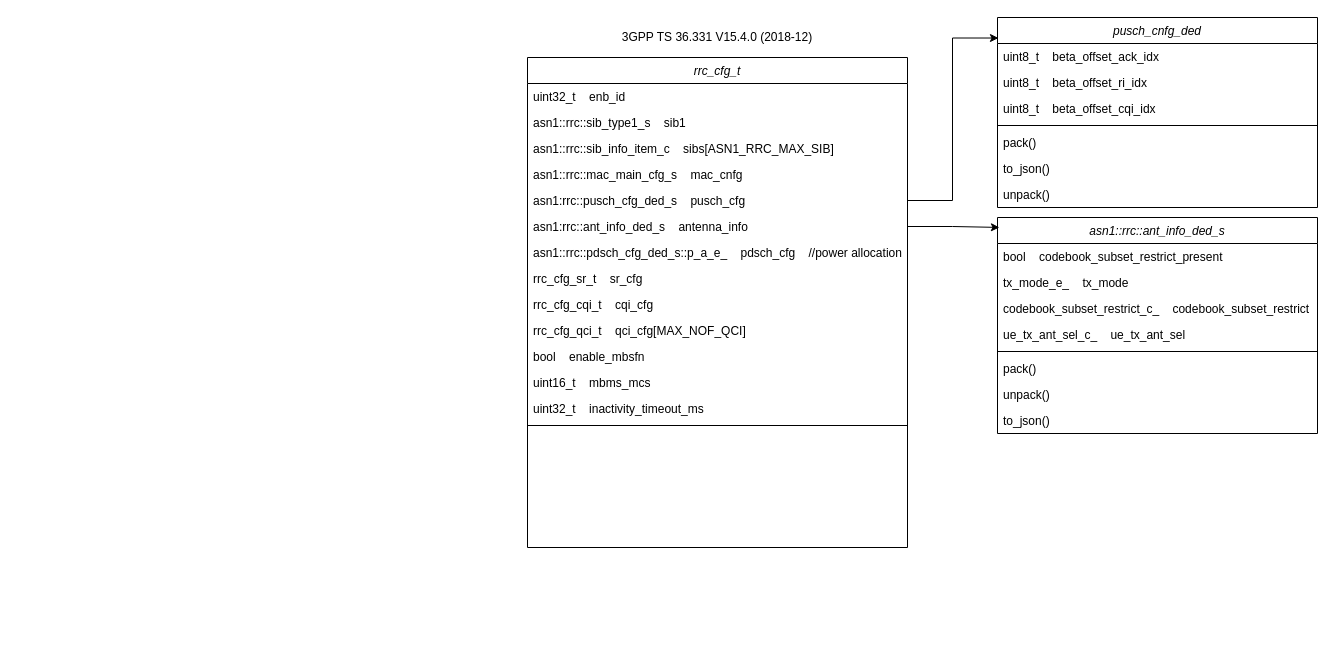
Before: config-args.drawio in cld4h/draw.io-documents, a draw.io diagram. Source tidied: cells renumbered, new cells numbered last; positions are measured from the earlier drawing's top-left corner, leaving out a move shared by most shapes. Both pictures are drawn from the tidied source at 100%, with x=0, y=0 at pixel (527, 17).
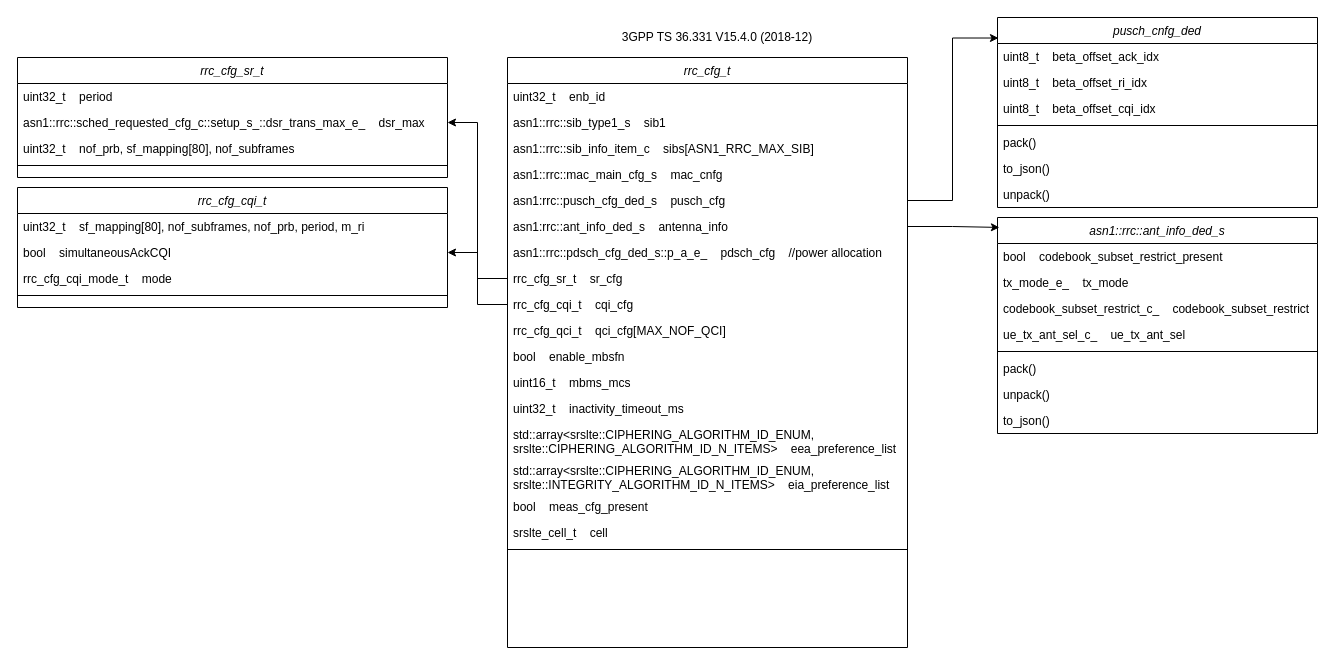
After the change.

The edit, as a diff of the source:
```diff
@@
     <mxCell id="2" value="rrc_cfg_t" style="swimlane;fontStyle=2;align=center;verticalAlign=top;horizontal=1;startSize=26;rounded=0;shadow=0;strokeWidth=1;" parent="1" vertex="1">
-      <mxGeometry y="40" width="380" height="490" as="geometry" />
+      <mxGeometry x="-20" y="40" width="400" height="590" as="geometry" />
     </mxCell>
     <mxCell id="3" value="uint32_t    enb_id" style="text;align=left;verticalAlign=top;spacingLeft=4;spacingRight=4;overflow=hidden;" parent="2" vertex="1">
-      <mxGeometry y="26" width="380" height="26" as="geometry" />
+      <mxGeometry y="26" width="400" height="26" as="geometry" />
     </mxCell>
     <mxCell id="4" value="asn1::rrc::sib_type1_s    sib1" style="text;align=left;verticalAlign=top;spacingLeft=4;spacingRight=4;overflow=hidden;rounded=0;shadow=0;html=0;" parent="2" vertex="1">
-      <mxGeometry y="52" width="380" height="26" as="geometry" />
+      <mxGeometry y="52" width="400" height="26" as="geometry" />
     </mxCell>
     <mxCell id="5" value="asn1::rrc::sib_info_item_c    sibs[ASN1_RRC_MAX_SIB]" style="text;align=left;verticalAlign=top;spacingLeft=4;spacingRight=4;overflow=hidden;rounded=0;shadow=0;html=0;" parent="2" vertex="1">
-      <mxGeometry y="78" width="380" height="26" as="geometry" />
+      <mxGeometry y="78" width="400" height="26" as="geometry" />
     </mxCell>
     <mxCell id="6" value="asn1::rrc::mac_main_cfg_s    mac_cnfg" style="text;align=left;verticalAlign=top;spacingLeft=4;spacingRight=4;overflow=hidden;rounded=0;shadow=0;html=0;" parent="2" vertex="1">
-      <mxGeometry y="104" width="380" height="26" as="geometry" />
+      <mxGeometry y="104" width="400" height="26" as="geometry" />
     </mxCell>
     <mxCell id="7" value="asn1:rrc::pusch_cfg_ded_s    pusch_cfg" style="text;align=left;verticalAlign=top;spacingLeft=4;spacingRight=4;overflow=hidden;points=[[0,0.5],[1,0.5]];portConstraint=eastwest;rounded=0;shadow=0;html=0;" parent="2" vertex="1">
-      <mxGeometry y="130" width="380" height="26" as="geometry" />
+      <mxGeometry y="130" width="400" height="26" as="geometry" />
     </mxCell>
     <mxCell id="8" value="asn1:rrc::ant_info_ded_s    antenna_info" style="text;align=left;verticalAlign=top;spacingLeft=4;spacingRight=4;overflow=hidden;points=[[0,0.5],[1,0.5]];portConstraint=eastwest;rounded=0;shadow=0;html=0;" parent="2" vertex="1">
-      <mxGeometry y="156" width="380" height="26" as="geometry" />
+      <mxGeometry y="156" width="400" height="26" as="geometry" />
     </mxCell>
     <mxCell id="9" value="asn1::rrc::pdsch_cfg_ded_s::p_a_e_    pdsch_cfg    //power allocation" style="text;align=left;verticalAlign=top;spacingLeft=4;spacingRight=4;overflow=hidden;rounded=0;shadow=0;html=0;" parent="2" vertex="1">
-      <mxGeometry y="182" width="380" height="26" as="geometry" />
+      <mxGeometry y="182" width="400" height="26" as="geometry" />
     </mxCell>
     <mxCell id="10" value="rrc_cfg_sr_t    sr_cfg" style="text;align=left;verticalAlign=top;spacingLeft=4;spacingRight=4;overflow=hidden;points=[[0,0.5],[1,0.5]];portConstraint=eastwest;rounded=0;shadow=0;html=0;" parent="2" vertex="1">
-      <mxGeometry y="208" width="380" height="26" as="geometry" />
+      <mxGeometry y="208" width="400" height="26" as="geometry" />
     </mxCell>
     <mxCell id="11" value="rrc_cfg_cqi_t    cqi_cfg" style="text;align=left;verticalAlign=top;spacingLeft=4;spacingRight=4;overflow=hidden;points=[[0,0.5],[1,0.5]];portConstraint=eastwest;rounded=0;shadow=0;html=0;" parent="2" vertex="1">
-      <mxGeometry y="234" width="380" height="26" as="geometry" />
+      <mxGeometry y="234" width="400" height="26" as="geometry" />
     </mxCell>
     <mxCell id="12" value="rrc_cfg_qci_t    qci_cfg[MAX_NOF_QCI]&#10;" style="text;align=left;verticalAlign=top;spacingLeft=4;spacingRight=4;overflow=hidden;rounded=0;shadow=0;html=0;" parent="2" vertex="1">
-      <mxGeometry y="260" width="380" height="26" as="geometry" />
+      <mxGeometry y="260" width="400" height="26" as="geometry" />
     </mxCell>
     <mxCell id="13" value="bool    enable_mbsfn" style="text;align=left;verticalAlign=top;spacingLeft=4;spacingRight=4;overflow=hidden;rounded=0;shadow=0;html=0;" parent="2" vertex="1">
-      <mxGeometry y="286" width="380" height="26" as="geometry" />
+      <mxGeometry y="286" width="400" height="26" as="geometry" />
     </mxCell>
     <mxCell id="14" value="uint16_t    mbms_mcs" style="text;align=left;verticalAlign=top;spacingLeft=4;spacingRight=4;overflow=hidden;rounded=0;shadow=0;html=0;" parent="2" vertex="1">
-      <mxGeometry y="312" width="380" height="26" as="geometry" />
+      <mxGeometry y="312" width="400" height="26" as="geometry" />
     </mxCell>
     <mxCell id="15" value="uint32_t    inactivity_timeout_ms" style="text;align=left;verticalAlign=top;spacingLeft=4;spacingRight=4;overflow=hidden;rounded=0;shadow=0;html=0;" parent="2" vertex="1">
-      <mxGeometry y="338" width="380" height="26" as="geometry" />
+      <mxGeometry y="338" width="400" height="26" as="geometry" />
     </mxCell>
+    <mxCell id="37" value="std::array&lt;srslte::CIPHERING_ALGORITHM_ID_ENUM, &#10;srslte::CIPHERING_ALGORITHM_ID_N_ITEMS&gt;    eea_preference_list" style="text;align=left;verticalAlign=top;spacingLeft=4;spacingRight=4;overflow=hidden;rounded=0;shadow=0;html=0;" parent="2" vertex="1">
+      <mxGeometry y="364" width="400" height="36" as="geometry" />
+    </mxCell>
+    <mxCell id="38" value="std::array&lt;srslte::CIPHERING_ALGORITHM_ID_ENUM, &#10;srslte::INTEGRITY_ALGORITHM_ID_N_ITEMS&gt;    eia_preference_list" style="text;align=left;verticalAlign=top;spacingLeft=4;spacingRight=4;overflow=hidden;rounded=0;shadow=0;html=0;" parent="2" vertex="1">
+      <mxGeometry y="400" width="400" height="36" as="geometry" />
+    </mxCell>
+    <mxCell id="39" value="bool    meas_cfg_present" style="text;align=left;verticalAlign=top;spacingLeft=4;spacingRight=4;overflow=hidden;rounded=0;shadow=0;html=0;" parent="2" vertex="1">
+      <mxGeometry y="436" width="400" height="26" as="geometry" />
+    </mxCell>
+    <mxCell id="40" value="srslte_cell_t    cell" style="text;align=left;verticalAlign=top;spacingLeft=4;spacingRight=4;overflow=hidden;rounded=0;shadow=0;html=0;" parent="2" vertex="1">
+      <mxGeometry y="462" width="400" height="26" as="geometry" />
+    </mxCell>
     <mxCell id="16" style="line;html=1;strokeWidth=1;align=left;verticalAlign=middle;spacingTop=-1;spacingLeft=3;spacingRight=3;labelPosition=right;" parent="2" vertex="1">
-      <mxGeometry y="364" width="380" height="8" as="geometry" />
+      <mxGeometry y="488" width="400" height="8" as="geometry" />
     </mxCell>
@@
+    <mxCell id="41" value="rrc_cfg_sr_t" style="swimlane;fontStyle=2;align=center;verticalAlign=top;horizontal=1;startSize=26;rounded=0;shadow=0;strokeWidth=1;" parent="1" vertex="1">
+      <mxGeometry x="-510" y="40" width="430" height="120" as="geometry" />
+    </mxCell>
+    <mxCell id="42" value="uint32_t    period" style="text;align=left;verticalAlign=top;spacingLeft=4;spacingRight=4;overflow=hidden;rounded=0;shadow=0;html=0;" parent="41" vertex="1">
+      <mxGeometry y="26" width="430" height="26" as="geometry" />
+    </mxCell>
+    <mxCell id="43" value="asn1::rrc::sched_requested_cfg_c::setup_s_::dsr_trans_max_e_    dsr_max" style="text;align=left;verticalAlign=top;spacingLeft=4;spacingRight=4;overflow=hidden;points=[[0,0.5],[1,0.5]];portConstraint=eastwest;rounded=0;shadow=0;html=0;" parent="41" vertex="1">
+      <mxGeometry y="52" width="430" height="26" as="geometry" />
+    </mxCell>
+    <mxCell id="44" value="uint32_t    nof_prb, sf_mapping[80], nof_subframes" style="text;align=left;verticalAlign=top;spacingLeft=4;spacingRight=4;overflow=hidden;rounded=0;shadow=0;html=0;" parent="41" vertex="1">
+      <mxGeometry y="78" width="430" height="26" as="geometry" />
+    </mxCell>
+    <mxCell id="45" style="line;html=1;strokeWidth=1;align=left;verticalAlign=middle;spacingTop=-1;spacingLeft=3;spacingRight=3;labelPosition=right;" parent="41" vertex="1">
+      <mxGeometry y="104" width="430" height="8" as="geometry" />
+    </mxCell>
+    <mxCell id="46" style="edgeStyle=orthogonalEdgeStyle;rounded=0;jettySize=auto;html=1;exitX=0;exitY=0.5;exitDx=0;exitDy=0;" parent="1" edge="1" source="10" target="43">
+      <mxGeometry relative="1" as="geometry" />
+    </mxCell>
+    <mxCell id="47" value="rrc_cfg_cqi_t" style="swimlane;fontStyle=2;align=center;verticalAlign=top;horizontal=1;startSize=26;rounded=0;shadow=0;strokeWidth=1;" parent="1" vertex="1">
+      <mxGeometry x="-510" y="170" width="430" height="120" as="geometry" />
+    </mxCell>
+    <mxCell id="48" value="uint32_t    sf_mapping[80], nof_subframes, nof_prb, period, m_ri" style="text;align=left;verticalAlign=top;spacingLeft=4;spacingRight=4;overflow=hidden;rounded=0;shadow=0;html=0;" parent="47" vertex="1">
+      <mxGeometry y="26" width="430" height="26" as="geometry" />
+    </mxCell>
+    <mxCell id="49" value="bool    simultaneousAckCQI" style="text;align=left;verticalAlign=top;spacingLeft=4;spacingRight=4;overflow=hidden;points=[[0,0.5],[1,0.5]];portConstraint=eastwest;rounded=0;shadow=0;html=0;" parent="47" vertex="1">
+      <mxGeometry y="52" width="430" height="26" as="geometry" />
+    </mxCell>
+    <mxCell id="50" value="rrc_cfg_cqi_mode_t    mode" style="text;align=left;verticalAlign=top;spacingLeft=4;spacingRight=4;overflow=hidden;rounded=0;shadow=0;html=0;" parent="47" vertex="1">
+      <mxGeometry y="78" width="430" height="26" as="geometry" />
+    </mxCell>
+    <mxCell id="51" style="line;html=1;strokeWidth=1;align=left;verticalAlign=middle;spacingTop=-1;spacingLeft=3;spacingRight=3;labelPosition=right;" parent="47" vertex="1">
+      <mxGeometry y="104" width="430" height="8" as="geometry" />
+    </mxCell>
+    <mxCell id="52" style="edgeStyle=orthogonalEdgeStyle;rounded=0;jettySize=auto;html=1;exitX=0;exitY=0.5;exitDx=0;exitDy=0;entryX=1;entryY=0.5;entryDx=0;entryDy=0;" parent="1" edge="1" source="11" target="49">
+      <mxGeometry relative="1" as="geometry">
+        <Array as="points">
+          <mxPoint x="-50" y="287" />
+          <mxPoint x="-50" y="235" />
+        </Array>
+      </mxGeometry>
+    </mxCell>
```
